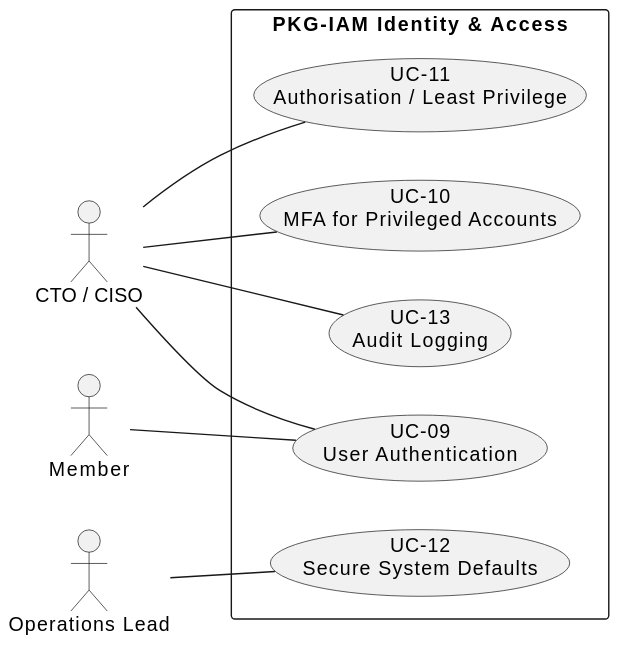
This is 02_CASES/Case_01_TinyTask_SaaS/03_PHASE3_DECOMPOSITION_RICH/annexes/svg/A_s9_pkg_iam_identity_access_u_c_3.svg from pauloribeiro16/Methodology_compact, a PlantUML export, as it was before one commit.
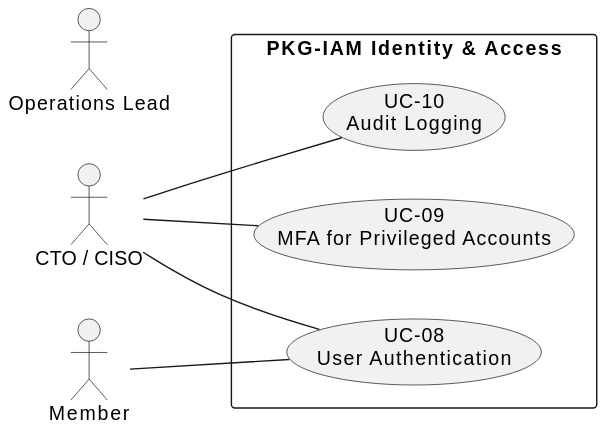
The same diagram one commit later.

What changed in the source:
```diff
@@ -4,16 +4,12 @@
 actor "Operations Lead" as OPS
 actor "Member" as MEM
 rectangle "PKG-IAM Identity & Access" {
-usecase "UC-09\nUser Authentication" as UC311
-usecase "UC-10\nMFA for Privileged Accounts" as UC312
-usecase "UC-11\nAuthorisation / Least Privilege" as UC321
-usecase "UC-12\nSecure System Defaults" as UC331
-usecase "UC-13\nAudit Logging" as UC351
+usecase "UC-08\nUser Authentication" as UC311
+usecase "UC-09\nMFA for Privileged Accounts" as UC312
+usecase "UC-10\nAudit Logging" as UC351
 }
 MEM -- UC311
 CTO -- UC311
 CTO -- UC312
-CTO -- UC321
 CTO -- UC351
-OPS -- UC331
 @enduml
```
